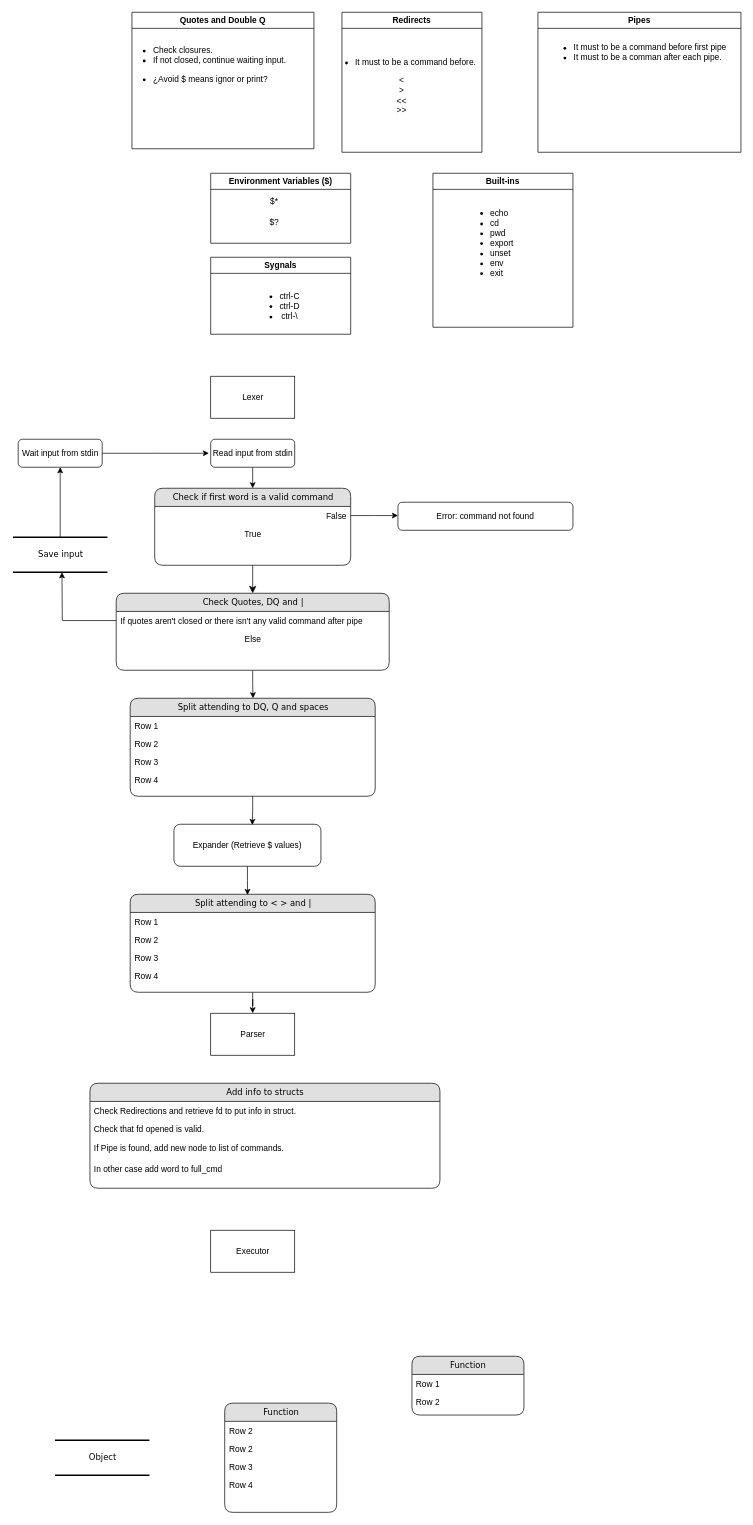
kerowam/minishell keeps this draw.io diagram as minishell.drawio. Above is the earlier version. Source tidied: cells renumbered, new cells numbered last; positions are measured from the earlier drawing's top-left corner, leaving out a move shared by most shapes. Both pictures are drawn from the tidied source at 70%, with x=0, y=0 at pixel (13, 12).
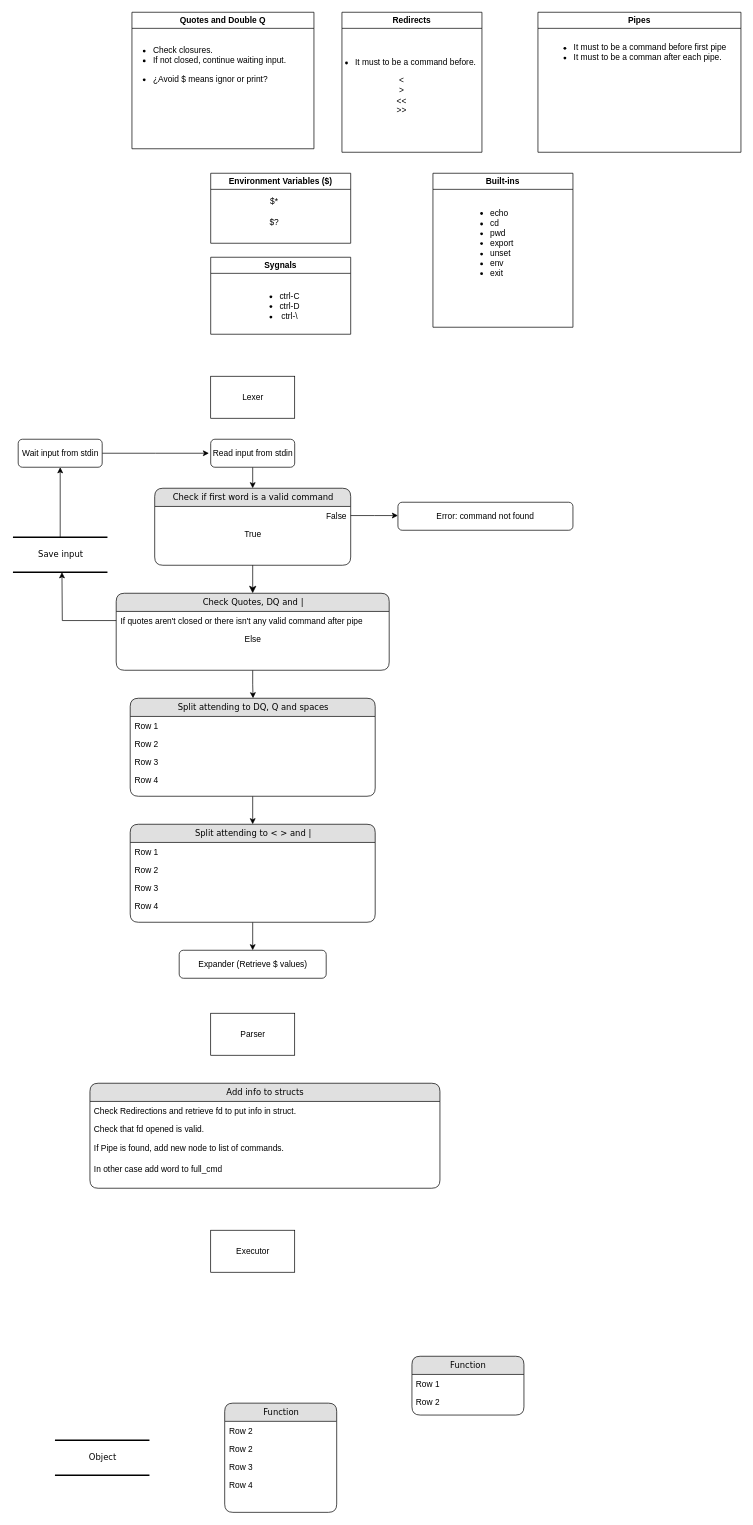
The same diagram, later.

Unchanged cells that the change refers to:
```xml
<mxCell id="52" value="&lt;div&gt;Split attending to DQ, Q and spaces&lt;br&gt;&lt;/div&gt;" style="swimlane;html=1;fontStyle=0;horizontal=1;startSize=26;fillColor=#e0e0e0;swimlaneFillColor=#ffffff;align=center;rounded=1;shadow=0;comic=0;labelBackgroundColor=none;strokeWidth=1;fontFamily=Verdana;fontSize=12;" parent="1" vertex="1">
  <mxGeometry x="167.5" y="980" width="350" height="140" as="geometry" />
</mxCell>
<mxCell id="60" value="Parser" style="rounded=0;whiteSpace=wrap;html=1;" parent="1" vertex="1">
  <mxGeometry x="282.5" y="1430" width="120" height="60" as="geometry" />
</mxCell>
```

What changed in the source:
```diff
@@
-    <mxCell id="17" style="edgeStyle=orthogonalEdgeStyle;rounded=0;jettySize=auto;html=1;" parent="1" edge="1" source="18" target="60">
-      <mxGeometry relative="1" as="geometry" />
-    </mxCell>
+    <mxCell id="62" style="edgeStyle=orthogonalEdgeStyle;rounded=0;jettySize=auto;html=1;exitX=0.5;exitY=1;exitDx=0;exitDy=0;entryX=0.5;entryY=0;entryDx=0;entryDy=0;" parent="1" edge="1" source="18" target="57">
+      <mxGeometry relative="1" as="geometry" />
+    </mxCell>
     <mxCell id="18" value="Split attending to &amp;lt; &amp;gt; and |" style="swimlane;html=1;fontStyle=0;horizontal=1;startSize=26;fillColor=#e0e0e0;swimlaneFillColor=#ffffff;align=center;rounded=1;shadow=0;comic=0;labelBackgroundColor=none;strokeWidth=1;fontFamily=Verdana;fontSize=12;" parent="1" vertex="1">
-      <mxGeometry x="167.5" y="1260" width="350" height="140" as="geometry" />
+      <mxGeometry x="167.5" y="1160" width="350" height="140" as="geometry" />
     </mxCell>
@@
+    <mxCell id="63" style="edgeStyle=orthogonalEdgeStyle;rounded=0;jettySize=auto;html=1;exitX=0.5;exitY=1;exitDx=0;exitDy=0;entryX=0.5;entryY=0;entryDx=0;entryDy=0;" parent="1" edge="1" source="52" target="18">
+      <mxGeometry relative="1" as="geometry" />
+    </mxCell>
@@
     <mxCell id="57" value="Expander (Retrieve $ values)" style="rounded=1;whiteSpace=wrap;html=1;" parent="1" vertex="1">
-      <mxGeometry x="230" y="1160" width="210" height="60" as="geometry" />
+      <mxGeometry x="237.5" y="1340" width="210" height="40" as="geometry" />
     </mxCell>
-    <mxCell id="58" style="edgeStyle=orthogonalEdgeStyle;rounded=0;jettySize=auto;html=1;entryX=0.533;entryY=0.017;entryDx=0;entryDy=0;entryPerimeter=0;" parent="1" edge="1" source="52" target="57">
-      <mxGeometry relative="1" as="geometry" />
-    </mxCell>
-    <mxCell id="59" style="edgeStyle=orthogonalEdgeStyle;rounded=0;jettySize=auto;html=1;entryX=0.479;entryY=0.007;entryDx=0;entryDy=0;entryPerimeter=0;" parent="1" edge="1" source="57" target="18">
-      <mxGeometry relative="1" as="geometry" />
-    </mxCell>
```
